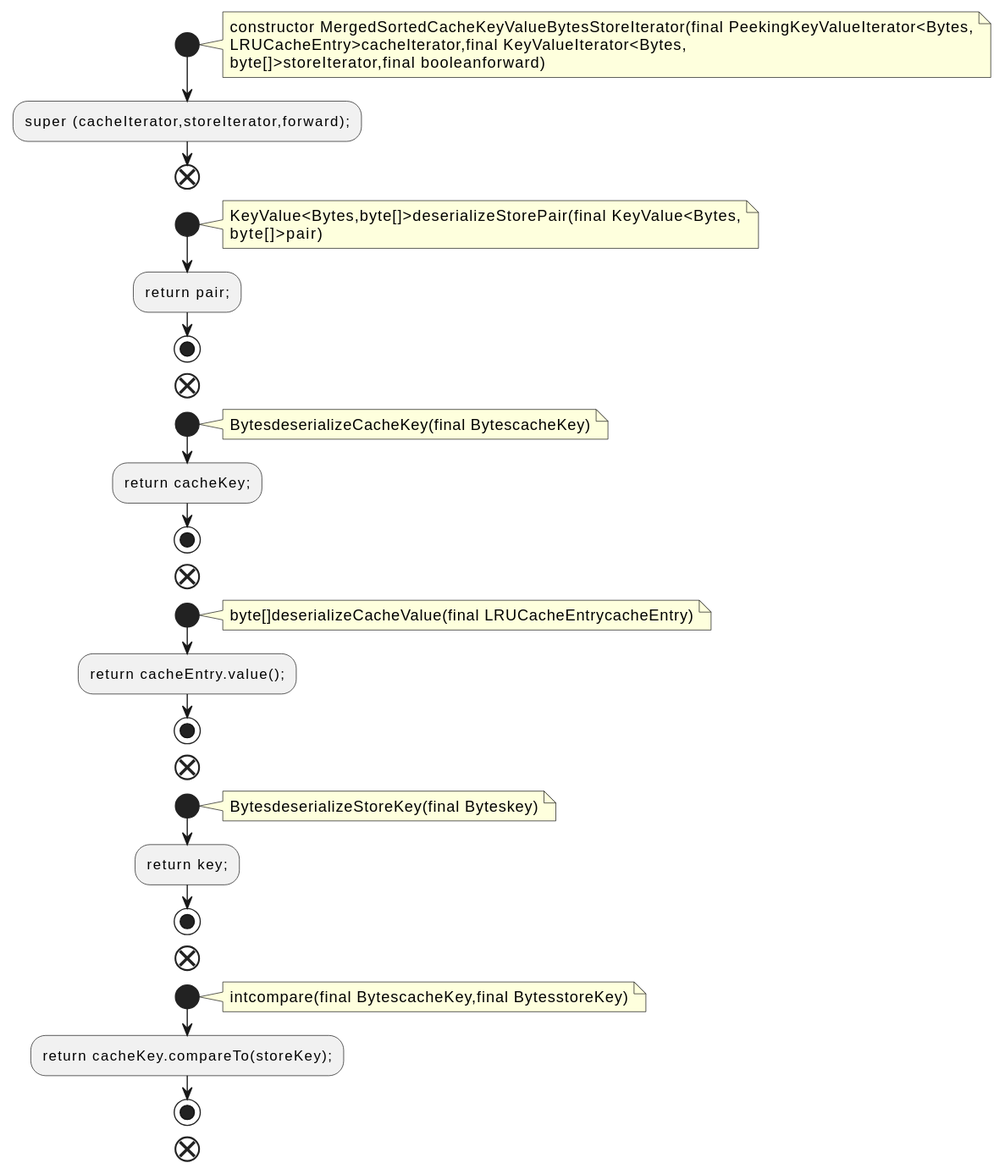
This is docs/qc/streams/src/main/java/org/apache/kafka/streams/state/internals/MergedSortedCacheKeyValueBytesStoreIterator.java.fct.svg from qualitesys/kafka, a PlantUML export, as it was before one commit.
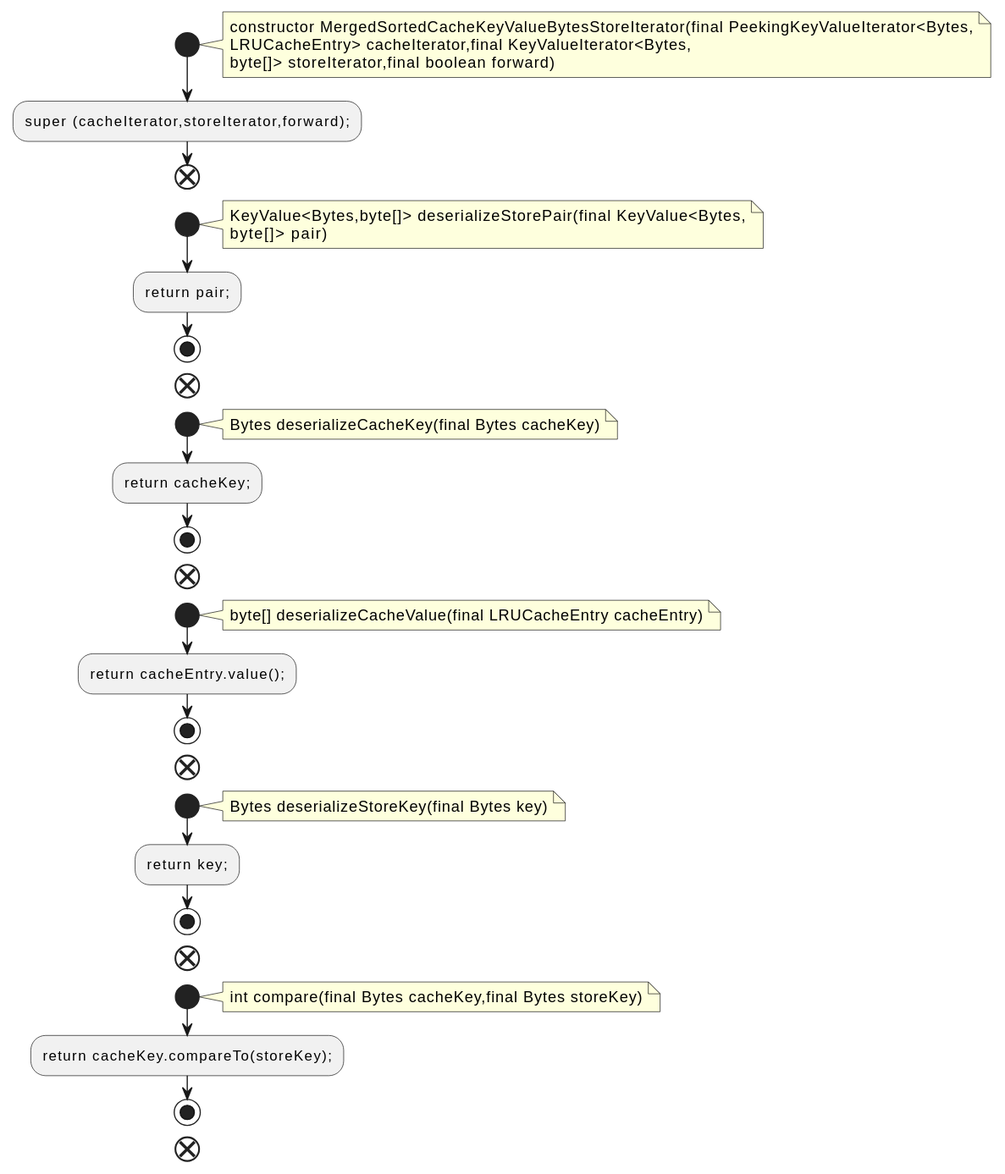
The same diagram one commit later.

Change to the diagram source:
```diff
@@ -3,43 +3,43 @@
 start
 note right
 constructor MergedSortedCacheKeyValueBytesStoreIterator(final PeekingKeyValueIterator<Bytes,
-LRUCacheEntry>cacheIterator,final KeyValueIterator<Bytes,
-byte[]>storeIterator,final booleanforward)
+LRUCacheEntry> cacheIterator,final KeyValueIterator<Bytes,
+byte[]> storeIterator,final boolean forward)
 end note
 :super (cacheIterator,storeIterator,forward);;
 end
 start
 note right
-KeyValue<Bytes,byte[]>deserializeStorePair(final KeyValue<Bytes,
-byte[]>pair)
+KeyValue<Bytes,byte[]> deserializeStorePair(final KeyValue<Bytes,
+byte[]> pair)
 end note
 :return pair;;
 stop
 end
 start
 note right
-BytesdeserializeCacheKey(final BytescacheKey)
+Bytes deserializeCacheKey(final Bytes cacheKey)
 end note
 :return cacheKey;;
 stop
 end
 start
 note right
-byte[]deserializeCacheValue(final LRUCacheEntrycacheEntry)
+byte[] deserializeCacheValue(final LRUCacheEntry cacheEntry)
 end note
 :return cacheEntry.value();;
 stop
 end
 start
 note right
-BytesdeserializeStoreKey(final Byteskey)
+Bytes deserializeStoreKey(final Bytes key)
 end note
 :return key;;
 stop
 end
 start
 note right
-intcompare(final BytescacheKey,final BytesstoreKey)
+int compare(final Bytes cacheKey,final Bytes storeKey)
 end note
 :return cacheKey.compareTo(storeKey);;
 stop
```
